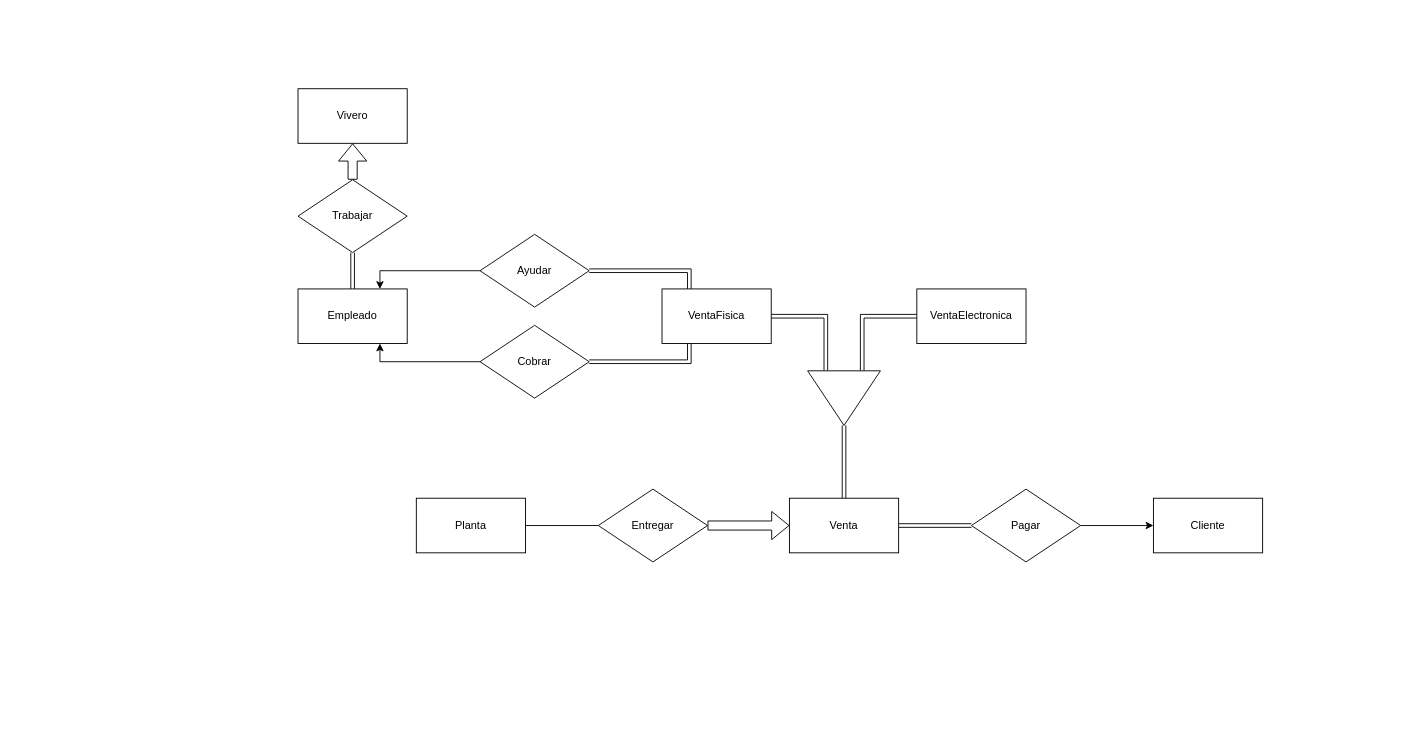
Above: Practica03/Diagramas/segunda-propuesta.drawio in frgaray/FBD-2023-1 (draw.io), before the change. Source tidied: cells renumbered, new cells numbered last; positions are measured from the earlier drawing's top-left corner, leaving out a move shared by most shapes. Both pictures are drawn from the tidied source at 91%, with x=0, y=0 at pixel (298, 88).
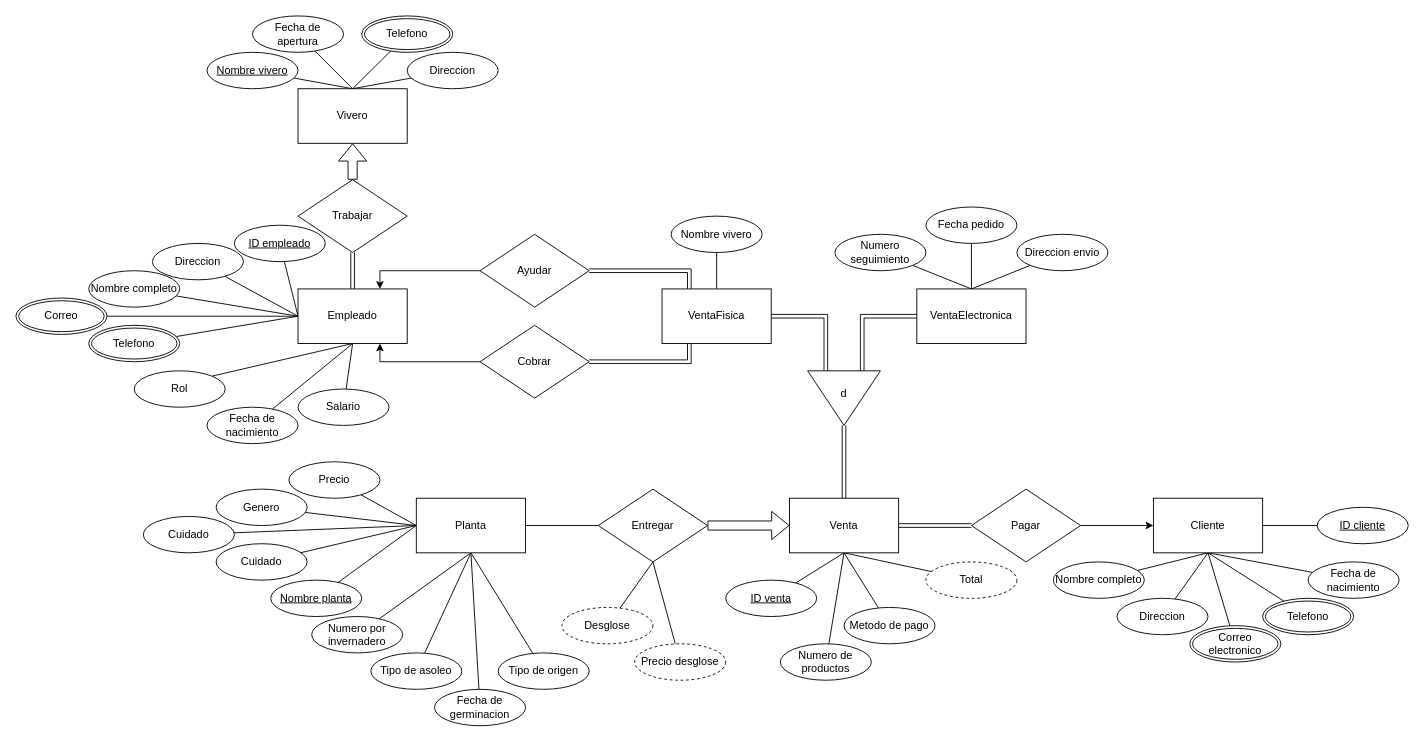
After the change.

Commit message:
Add attributes to diagram

The change refers to these unchanged cells:
```xml
<mxCell id="2" value="Vivero" style="rounded=0;whiteSpace=wrap;html=1;" parent="1" vertex="1">
  <mxGeometry width="120" height="60" as="geometry" />
</mxCell>
<mxCell id="6" value="Empleado" style="rounded=0;whiteSpace=wrap;html=1;" parent="1" vertex="1">
  <mxGeometry y="220" width="120" height="60" as="geometry" />
</mxCell>
<mxCell id="8" value="Venta" style="rounded=0;whiteSpace=wrap;html=1;" parent="1" vertex="1">
  <mxGeometry x="540" y="450" width="120" height="60" as="geometry" />
</mxCell>
<mxCell id="9" value="VentaFisica" style="rounded=0;whiteSpace=wrap;html=1;" parent="1" vertex="1">
  <mxGeometry x="400" y="220" width="120" height="60" as="geometry" />
</mxCell>
<mxCell id="10" value="VentaElectronica" style="rounded=0;whiteSpace=wrap;html=1;" parent="1" vertex="1">
  <mxGeometry x="680" y="220" width="120" height="60" as="geometry" />
</mxCell>
<mxCell id="11" value="Cliente" style="rounded=0;whiteSpace=wrap;html=1;" parent="1" vertex="1">
  <mxGeometry x="940" y="450" width="120" height="60" as="geometry" />
</mxCell>
<mxCell id="13" value="Planta" style="rounded=0;whiteSpace=wrap;html=1;" parent="1" vertex="1">
  <mxGeometry x="130" y="450" width="120" height="60" as="geometry" />
</mxCell>
<mxCell id="25" value="Entregar" style="rhombus;whiteSpace=wrap;html=1;" parent="1" vertex="1">
  <mxGeometry x="330" y="440" width="120" height="80" as="geometry" />
</mxCell>
```

Diff of the diagram source:
```diff
@@
+    <mxCell id="28" style="edgeStyle=none;rounded=0;jettySize=auto;html=1;exitX=0.5;exitY=0;exitDx=0;exitDy=0;endArrow=none;endFill=0;" parent="1" edge="1" source="2" target="66">
+      <mxGeometry relative="1" as="geometry" />
+    </mxCell>
+    <mxCell id="29" style="edgeStyle=none;rounded=0;jettySize=auto;html=1;exitX=0.5;exitY=0;exitDx=0;exitDy=0;endArrow=none;endFill=0;" parent="1" edge="1" source="2" target="67">
+      <mxGeometry relative="1" as="geometry" />
+    </mxCell>
+    <mxCell id="30" style="edgeStyle=none;rounded=0;jettySize=auto;html=1;exitX=0.5;exitY=0;exitDx=0;exitDy=0;endArrow=none;endFill=0;" parent="1" edge="1" source="2" target="68">
+      <mxGeometry relative="1" as="geometry" />
+    </mxCell>
+    <mxCell id="31" style="edgeStyle=none;rounded=0;jettySize=auto;html=1;exitX=0.5;exitY=0;exitDx=0;exitDy=0;endArrow=none;endFill=0;" parent="1" edge="1" source="2" target="69">
+      <mxGeometry relative="1" as="geometry" />
+    </mxCell>
@@
+    <mxCell id="32" style="edgeStyle=none;rounded=0;jettySize=auto;html=1;exitX=0;exitY=0.5;exitDx=0;exitDy=0;endArrow=none;endFill=0;" parent="1" edge="1" source="6" target="70">
+      <mxGeometry relative="1" as="geometry" />
+    </mxCell>
+    <mxCell id="33" style="edgeStyle=none;rounded=0;jettySize=auto;html=1;exitX=0;exitY=0.5;exitDx=0;exitDy=0;endArrow=none;endFill=0;" parent="1" edge="1" source="6" target="71">
+      <mxGeometry relative="1" as="geometry" />
+    </mxCell>
+    <mxCell id="34" style="edgeStyle=none;rounded=0;jettySize=auto;html=1;exitX=0;exitY=0.5;exitDx=0;exitDy=0;endArrow=none;endFill=0;" parent="1" edge="1" source="6" target="72">
+      <mxGeometry relative="1" as="geometry" />
+    </mxCell>
+    <mxCell id="35" style="edgeStyle=none;rounded=0;jettySize=auto;html=1;exitX=0;exitY=0.5;exitDx=0;exitDy=0;endArrow=none;endFill=0;" parent="1" edge="1" source="6" target="73">
+      <mxGeometry relative="1" as="geometry" />
+    </mxCell>
+    <mxCell id="36" style="edgeStyle=none;rounded=0;jettySize=auto;html=1;exitX=0;exitY=0.5;exitDx=0;exitDy=0;endArrow=none;endFill=0;" parent="1" edge="1" source="6" target="74">
+      <mxGeometry relative="1" as="geometry" />
+    </mxCell>
+    <mxCell id="37" style="edgeStyle=none;rounded=0;jettySize=auto;html=1;exitX=0.5;exitY=1;exitDx=0;exitDy=0;endArrow=none;endFill=0;" parent="1" edge="1" source="6" target="75">
+      <mxGeometry relative="1" as="geometry" />
+    </mxCell>
+    <mxCell id="38" style="edgeStyle=none;rounded=0;jettySize=auto;html=1;exitX=0.5;exitY=1;exitDx=0;exitDy=0;endArrow=none;endFill=0;" parent="1" edge="1" source="6" target="76">
+      <mxGeometry relative="1" as="geometry" />
+    </mxCell>
+    <mxCell id="39" style="edgeStyle=none;rounded=0;jettySize=auto;html=1;exitX=0.5;exitY=1;exitDx=0;exitDy=0;entryX=1;entryY=0;entryDx=0;entryDy=0;endArrow=none;endFill=0;" parent="1" edge="1" source="6" target="77">
+      <mxGeometry relative="1" as="geometry" />
+    </mxCell>
@@
+    <mxCell id="40" style="edgeStyle=none;rounded=0;jettySize=auto;html=1;exitX=0.5;exitY=1;exitDx=0;exitDy=0;endArrow=none;endFill=0;" parent="1" edge="1" source="8" target="87">
+      <mxGeometry relative="1" as="geometry" />
+    </mxCell>
+    <mxCell id="41" style="edgeStyle=none;rounded=0;jettySize=auto;html=1;exitX=0.5;exitY=1;exitDx=0;exitDy=0;endArrow=none;endFill=0;" parent="1" edge="1" source="8" target="88">
+      <mxGeometry relative="1" as="geometry" />
+    </mxCell>
+    <mxCell id="42" style="edgeStyle=none;rounded=0;jettySize=auto;html=1;exitX=0.5;exitY=1;exitDx=0;exitDy=0;endArrow=none;endFill=0;" parent="1" edge="1" source="25" target="94">
+      <mxGeometry relative="1" as="geometry" />
+    </mxCell>
+    <mxCell id="43" style="edgeStyle=none;rounded=0;jettySize=auto;html=1;exitX=0.5;exitY=1;exitDx=0;exitDy=0;endArrow=none;endFill=0;" parent="1" edge="1" source="25" target="95">
+      <mxGeometry relative="1" as="geometry" />
+    </mxCell>
+    <mxCell id="44" style="edgeStyle=none;rounded=0;jettySize=auto;html=1;exitX=0.5;exitY=1;exitDx=0;exitDy=0;endArrow=none;endFill=0;" parent="1" edge="1" source="8" target="96">
+      <mxGeometry relative="1" as="geometry" />
+    </mxCell>
+    <mxCell id="45" style="edgeStyle=none;rounded=0;jettySize=auto;html=1;exitX=0.5;exitY=1;exitDx=0;exitDy=0;endArrow=none;endFill=0;" parent="1" edge="1" source="8" target="97">
+      <mxGeometry relative="1" as="geometry" />
+    </mxCell>
@@
+    <mxCell id="46" style="edgeStyle=none;rounded=0;jettySize=auto;html=1;exitX=0.5;exitY=0;exitDx=0;exitDy=0;endArrow=none;endFill=0;" parent="1" edge="1" source="9" target="102">
+      <mxGeometry relative="1" as="geometry" />
+    </mxCell>
@@
+    <mxCell id="47" style="edgeStyle=none;rounded=0;jettySize=auto;html=1;exitX=0.5;exitY=0;exitDx=0;exitDy=0;endArrow=none;endFill=0;" parent="1" edge="1" source="10" target="98">
+      <mxGeometry relative="1" as="geometry" />
+    </mxCell>
+    <mxCell id="48" style="edgeStyle=none;rounded=0;jettySize=auto;html=1;exitX=0.5;exitY=0;exitDx=0;exitDy=0;endArrow=none;endFill=0;" parent="1" edge="1" source="10" target="99">
+      <mxGeometry relative="1" as="geometry" />
+    </mxCell>
+    <mxCell id="49" style="edgeStyle=none;rounded=0;jettySize=auto;html=1;exitX=0.5;exitY=0;exitDx=0;exitDy=0;endArrow=none;endFill=0;" parent="1" edge="1" source="10" target="100">
+      <mxGeometry relative="1" as="geometry" />
+    </mxCell>
@@
+    <mxCell id="50" style="edgeStyle=none;rounded=0;jettySize=auto;html=1;exitX=0.5;exitY=1;exitDx=0;exitDy=0;endArrow=none;endFill=0;" parent="1" edge="1" source="11" target="89">
+      <mxGeometry relative="1" as="geometry" />
+    </mxCell>
+    <mxCell id="51" style="edgeStyle=none;rounded=0;jettySize=auto;html=1;exitX=0.5;exitY=1;exitDx=0;exitDy=0;endArrow=none;endFill=0;" parent="1" edge="1" source="11" target="90">
+      <mxGeometry relative="1" as="geometry" />
+    </mxCell>
+    <mxCell id="52" style="edgeStyle=none;rounded=0;jettySize=auto;html=1;exitX=0.5;exitY=1;exitDx=0;exitDy=0;endArrow=none;endFill=0;" parent="1" edge="1" source="11" target="91">
+      <mxGeometry relative="1" as="geometry" />
+    </mxCell>
+    <mxCell id="53" style="edgeStyle=none;rounded=0;jettySize=auto;html=1;exitX=0.5;exitY=1;exitDx=0;exitDy=0;endArrow=none;endFill=0;" parent="1" edge="1" source="11" target="92">
+      <mxGeometry relative="1" as="geometry" />
+    </mxCell>
+    <mxCell id="54" style="edgeStyle=none;rounded=0;jettySize=auto;html=1;exitX=0.5;exitY=1;exitDx=0;exitDy=0;endArrow=none;endFill=0;" parent="1" edge="1" source="11" target="93">
+      <mxGeometry relative="1" as="geometry" />
+    </mxCell>
+    <mxCell id="55" style="edgeStyle=none;rounded=0;jettySize=auto;html=1;exitX=1;exitY=0.5;exitDx=0;exitDy=0;endArrow=none;endFill=0;" parent="1" edge="1" source="11" target="101">
+      <mxGeometry relative="1" as="geometry" />
+    </mxCell>
@@
+    <mxCell id="56" style="edgeStyle=none;rounded=0;jettySize=auto;html=1;exitX=0;exitY=0.5;exitDx=0;exitDy=0;endArrow=none;endFill=0;" parent="1" edge="1" source="13" target="78">
+      <mxGeometry relative="1" as="geometry" />
+    </mxCell>
+    <mxCell id="57" style="edgeStyle=none;rounded=0;jettySize=auto;html=1;exitX=0;exitY=0.5;exitDx=0;exitDy=0;endArrow=none;endFill=0;" parent="1" edge="1" source="13" target="79">
+      <mxGeometry relative="1" as="geometry" />
+    </mxCell>
+    <mxCell id="58" style="edgeStyle=none;rounded=0;jettySize=auto;html=1;exitX=0;exitY=0.5;exitDx=0;exitDy=0;endArrow=none;endFill=0;" parent="1" edge="1" source="13" target="80">
+      <mxGeometry relative="1" as="geometry" />
+    </mxCell>
+    <mxCell id="59" style="edgeStyle=none;rounded=0;jettySize=auto;html=1;exitX=0;exitY=0.5;exitDx=0;exitDy=0;endArrow=none;endFill=0;" parent="1" edge="1" source="13" target="81">
+      <mxGeometry relative="1" as="geometry" />
+    </mxCell>
+    <mxCell id="60" style="edgeStyle=none;rounded=0;jettySize=auto;html=1;exitX=0;exitY=0.5;exitDx=0;exitDy=0;endArrow=none;endFill=0;" parent="1" edge="1" source="13" target="82">
+      <mxGeometry relative="1" as="geometry" />
+    </mxCell>
+    <mxCell id="61" style="edgeStyle=none;rounded=0;jettySize=auto;html=1;exitX=0.5;exitY=1;exitDx=0;exitDy=0;endArrow=none;endFill=0;" parent="1" edge="1" source="13" target="83">
+      <mxGeometry relative="1" as="geometry" />
+    </mxCell>
+    <mxCell id="62" style="edgeStyle=none;rounded=0;jettySize=auto;html=1;exitX=0.5;exitY=1;exitDx=0;exitDy=0;endArrow=none;endFill=0;" parent="1" edge="1" source="13" target="84">
+      <mxGeometry relative="1" as="geometry" />
+    </mxCell>
+    <mxCell id="63" style="edgeStyle=none;rounded=0;jettySize=auto;html=1;exitX=0.5;exitY=1;exitDx=0;exitDy=0;endArrow=none;endFill=0;" parent="1" edge="1" source="13" target="85">
+      <mxGeometry relative="1" as="geometry" />
+    </mxCell>
+    <mxCell id="64" style="edgeStyle=none;rounded=0;jettySize=auto;html=1;exitX=0.5;exitY=1;exitDx=0;exitDy=0;endArrow=none;endFill=0;" parent="1" edge="1" source="13" target="86">
+      <mxGeometry relative="1" as="geometry" />
+    </mxCell>
@@
-    <mxCell id="23" style="triangle;whiteSpace=wrap;html=1;rotation=90;" parent="1" vertex="1">
+    <mxCell id="23" style="triangle;whiteSpace=wrap;html=1;rotation=90;direction=east;" parent="1" vertex="1">
       <mxGeometry x="570" y="300" width="60" height="80" as="geometry" />
     </mxCell>
@@
+    <mxCell id="65" value="d" style="text;html=1;strokeColor=none;fillColor=none;align=center;verticalAlign=middle;whiteSpace=wrap;rounded=0;" parent="1" vertex="1">
+      <mxGeometry x="570" y="320" width="60" height="30" as="geometry" />
+    </mxCell>
+    <mxCell id="66" value="Direccion" style="ellipse;whiteSpace=wrap;html=1;align=center;" parent="1" vertex="1">
+      <mxGeometry x="120" y="-40" width="100" height="40" as="geometry" />
+    </mxCell>
+    <mxCell id="67" value="Telefono" style="ellipse;shape=doubleEllipse;margin=3;whiteSpace=wrap;html=1;align=center;" parent="1" vertex="1">
+      <mxGeometry x="70" y="-80" width="100" height="40" as="geometry" />
+    </mxCell>
+    <mxCell id="68" value="Fecha de apertura" style="ellipse;whiteSpace=wrap;html=1;align=center;" parent="1" vertex="1">
+      <mxGeometry x="-50" y="-80" width="100" height="40" as="geometry" />
+    </mxCell>
+    <mxCell id="69" value="Nombre vivero" style="ellipse;whiteSpace=wrap;html=1;align=center;fontStyle=4;" parent="1" vertex="1">
+      <mxGeometry x="-100" y="-40" width="100" height="40" as="geometry" />
+    </mxCell>
+    <mxCell id="70" value="ID empleado" style="ellipse;whiteSpace=wrap;html=1;align=center;fontStyle=4;" parent="1" vertex="1">
+      <mxGeometry x="-70" y="150" width="100" height="40" as="geometry" />
+    </mxCell>
+    <mxCell id="71" value="Direccion" style="ellipse;whiteSpace=wrap;html=1;align=center;" parent="1" vertex="1">
+      <mxGeometry x="-160" y="170" width="100" height="40" as="geometry" />
+    </mxCell>
+    <mxCell id="72" value="Nombre completo" style="ellipse;whiteSpace=wrap;html=1;align=center;" parent="1" vertex="1">
+      <mxGeometry x="-230" y="200" width="100" height="40" as="geometry" />
+    </mxCell>
+    <mxCell id="73" value="Correo" style="ellipse;shape=doubleEllipse;margin=3;whiteSpace=wrap;html=1;align=center;" parent="1" vertex="1">
+      <mxGeometry x="-310" y="230" width="100" height="40" as="geometry" />
+    </mxCell>
+    <mxCell id="74" value="Telefono" style="ellipse;shape=doubleEllipse;margin=3;whiteSpace=wrap;html=1;align=center;" parent="1" vertex="1">
+      <mxGeometry x="-230" y="260" width="100" height="40" as="geometry" />
+    </mxCell>
+    <mxCell id="75" value="Fecha de nacimiento" style="ellipse;whiteSpace=wrap;html=1;align=center;" parent="1" vertex="1">
+      <mxGeometry x="-100" y="350" width="100" height="40" as="geometry" />
+    </mxCell>
+    <mxCell id="76" value="Salario" style="ellipse;whiteSpace=wrap;html=1;align=center;" parent="1" vertex="1">
+      <mxGeometry y="330" width="100" height="40" as="geometry" />
+    </mxCell>
+    <mxCell id="77" value="Rol" style="ellipse;whiteSpace=wrap;html=1;align=center;" parent="1" vertex="1">
+      <mxGeometry x="-180" y="310" width="100" height="40" as="geometry" />
+    </mxCell>
+    <mxCell id="78" value="Precio" style="ellipse;whiteSpace=wrap;html=1;align=center;" parent="1" vertex="1">
+      <mxGeometry x="-10" y="410" width="100" height="40" as="geometry" />
+    </mxCell>
+    <mxCell id="79" value="Genero" style="ellipse;whiteSpace=wrap;html=1;align=center;" parent="1" vertex="1">
+      <mxGeometry x="-90" y="440" width="100" height="40" as="geometry" />
+    </mxCell>
+    <mxCell id="80" value="Cuidado" style="ellipse;whiteSpace=wrap;html=1;align=center;" parent="1" vertex="1">
+      <mxGeometry x="-170" y="470" width="100" height="40" as="geometry" />
+    </mxCell>
+    <mxCell id="81" value="Cuidado" style="ellipse;whiteSpace=wrap;html=1;align=center;" parent="1" vertex="1">
+      <mxGeometry x="-90" y="500" width="100" height="40" as="geometry" />
+    </mxCell>
+    <mxCell id="82" value="Nombre planta" style="ellipse;whiteSpace=wrap;html=1;align=center;fontStyle=4;" parent="1" vertex="1">
+      <mxGeometry x="-30" y="540" width="100" height="40" as="geometry" />
+    </mxCell>
+    <mxCell id="83" value="Numero por invernadero" style="ellipse;whiteSpace=wrap;html=1;align=center;" parent="1" vertex="1">
+      <mxGeometry x="15" y="580" width="100" height="40" as="geometry" />
+    </mxCell>
+    <mxCell id="84" value="Tipo de asoleo" style="ellipse;whiteSpace=wrap;html=1;align=center;" parent="1" vertex="1">
+      <mxGeometry x="80" y="620" width="100" height="40" as="geometry" />
+    </mxCell>
+    <mxCell id="85" value="Fecha de germinacion" style="ellipse;whiteSpace=wrap;html=1;align=center;" parent="1" vertex="1">
+      <mxGeometry x="150" y="660" width="100" height="40" as="geometry" />
+    </mxCell>
+    <mxCell id="86" value="Tipo de origen" style="ellipse;whiteSpace=wrap;html=1;align=center;" parent="1" vertex="1">
+      <mxGeometry x="220" y="620" width="100" height="40" as="geometry" />
+    </mxCell>
+    <mxCell id="87" value="ID venta" style="ellipse;whiteSpace=wrap;html=1;align=center;fontStyle=4;" parent="1" vertex="1">
+      <mxGeometry x="470" y="540" width="100" height="40" as="geometry" />
+    </mxCell>
+    <mxCell id="88" value="Numero de productos" style="ellipse;whiteSpace=wrap;html=1;align=center;" parent="1" vertex="1">
+      <mxGeometry x="530" y="610" width="100" height="40" as="geometry" />
+    </mxCell>
+    <mxCell id="89" value="Nombre completo" style="ellipse;whiteSpace=wrap;html=1;align=center;" parent="1" vertex="1">
+      <mxGeometry x="830" y="520" width="100" height="40" as="geometry" />
+    </mxCell>
+    <mxCell id="90" value="Direccion" style="ellipse;whiteSpace=wrap;html=1;align=center;" parent="1" vertex="1">
+      <mxGeometry x="900" y="560" width="100" height="40" as="geometry" />
+    </mxCell>
+    <mxCell id="91" value="Correo electronico" style="ellipse;shape=doubleEllipse;margin=3;whiteSpace=wrap;html=1;align=center;" parent="1" vertex="1">
+      <mxGeometry x="980" y="590" width="100" height="40" as="geometry" />
+    </mxCell>
+    <mxCell id="92" value="Telefono" style="ellipse;shape=doubleEllipse;margin=3;whiteSpace=wrap;html=1;align=center;" parent="1" vertex="1">
+      <mxGeometry x="1060" y="560" width="100" height="40" as="geometry" />
+    </mxCell>
+    <mxCell id="93" value="Fecha de nacimiento" style="ellipse;whiteSpace=wrap;html=1;align=center;" parent="1" vertex="1">
+      <mxGeometry x="1110" y="520" width="100" height="40" as="geometry" />
+    </mxCell>
+    <mxCell id="94" value="Desglose" style="ellipse;whiteSpace=wrap;html=1;align=center;dashed=1;" parent="1" vertex="1">
+      <mxGeometry x="290" y="570" width="100" height="40" as="geometry" />
+    </mxCell>
+    <mxCell id="95" value="Precio desglose" style="ellipse;whiteSpace=wrap;html=1;align=center;dashed=1;" parent="1" vertex="1">
+      <mxGeometry x="370" y="610" width="100" height="40" as="geometry" />
+    </mxCell>
+    <mxCell id="96" value="Total" style="ellipse;whiteSpace=wrap;html=1;align=center;dashed=1;" parent="1" vertex="1">
+      <mxGeometry x="690" y="520" width="100" height="40" as="geometry" />
+    </mxCell>
+    <mxCell id="97" value="Metodo de pago" style="ellipse;whiteSpace=wrap;html=1;align=center;" parent="1" vertex="1">
+      <mxGeometry x="600" y="570" width="100" height="40" as="geometry" />
+    </mxCell>
+    <mxCell id="98" value="Direccion envio" style="ellipse;whiteSpace=wrap;html=1;align=center;" parent="1" vertex="1">
+      <mxGeometry x="790" y="160" width="100" height="40" as="geometry" />
+    </mxCell>
+    <mxCell id="99" value="Fecha pedido" style="ellipse;whiteSpace=wrap;html=1;align=center;" parent="1" vertex="1">
+      <mxGeometry x="690" y="130" width="100" height="40" as="geometry" />
+    </mxCell>
+    <mxCell id="100" value="Numero seguimiento" style="ellipse;whiteSpace=wrap;html=1;align=center;" parent="1" vertex="1">
+      <mxGeometry x="590" y="160" width="100" height="40" as="geometry" />
+    </mxCell>
+    <mxCell id="101" value="ID cliente" style="ellipse;whiteSpace=wrap;html=1;align=center;fontStyle=4;" parent="1" vertex="1">
+      <mxGeometry x="1120" y="460" width="100" height="40" as="geometry" />
+    </mxCell>
+    <mxCell id="102" value="Nombre vivero" style="ellipse;whiteSpace=wrap;html=1;align=center;" parent="1" vertex="1">
+      <mxGeometry x="410" y="140" width="100" height="40" as="geometry" />
+    </mxCell>
```
